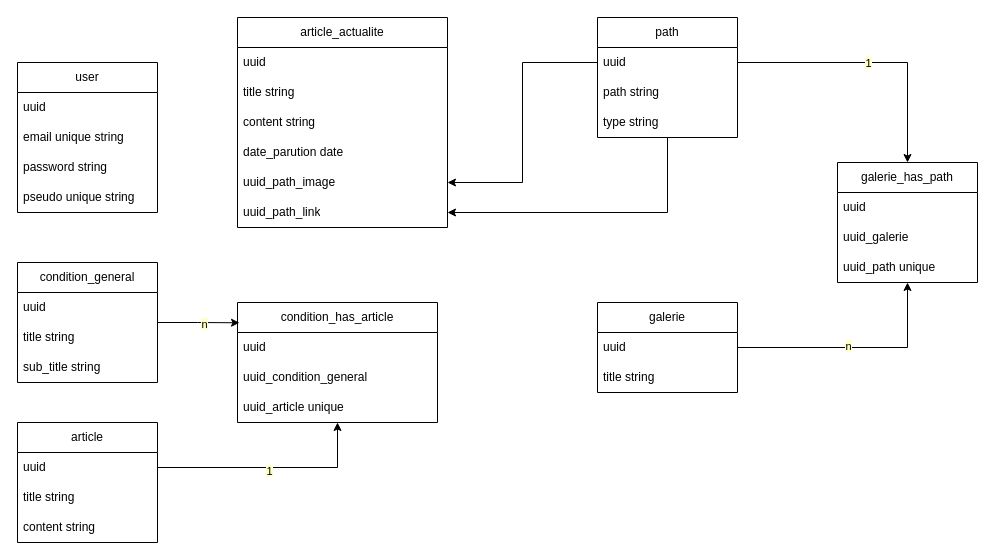
Above: docs/mcd-hestia.drawio in nsevendev/hestia (draw.io), before the change. Source tidied: cells renumbered, new cells numbered last; positions are measured from the earlier drawing's top-left corner, leaving out a move shared by most shapes. Both pictures are drawn from the tidied source at 100%, with x=0, y=0 at pixel (17, 17).
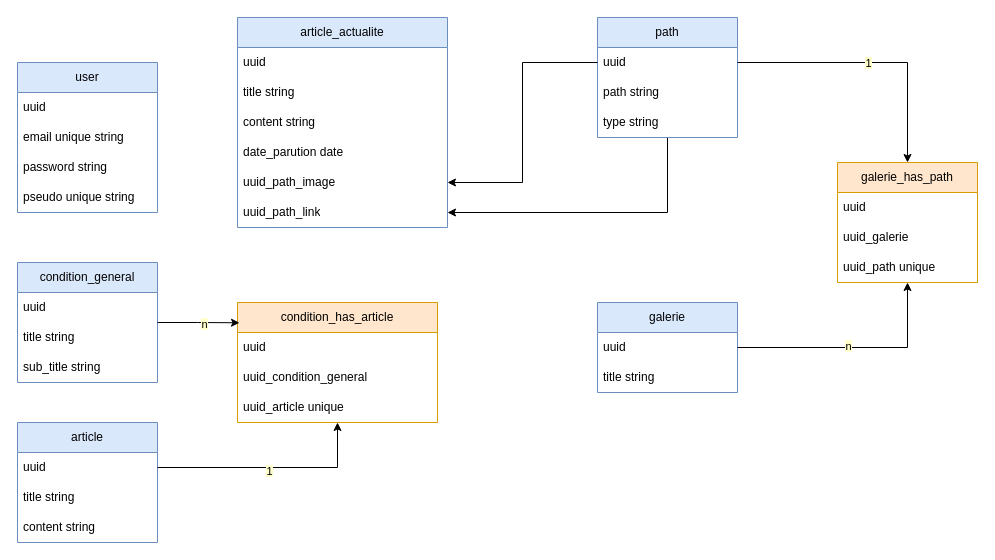
Above is the later version.

Diff of the diagram source:
```diff
@@
-    <mxCell id="2" value="user" style="swimlane;fontStyle=0;horizontal=1;startSize=30;whiteSpace=wrap;html=1;" parent="1" vertex="1">
+    <mxCell id="2" value="user" style="swimlane;fontStyle=0;horizontal=1;startSize=30;whiteSpace=wrap;html=1;fillColor=#dae8fc;strokeColor=#6c8ebf;" parent="1" vertex="1">
       <mxGeometry y="45" width="140" height="150" as="geometry" />
     </mxCell>
@@
-    <mxCell id="7" value="condition_general" style="swimlane;fontStyle=0;horizontal=1;startSize=30;whiteSpace=wrap;html=1;" parent="1" vertex="1">
+    <mxCell id="7" value="condition_general" style="swimlane;fontStyle=0;horizontal=1;startSize=30;whiteSpace=wrap;html=1;fillColor=#dae8fc;strokeColor=#6c8ebf;" parent="1" vertex="1">
       <mxGeometry y="245" width="140" height="120" as="geometry" />
     </mxCell>
@@
-    <mxCell id="12" value="path" style="swimlane;fontStyle=0;horizontal=1;startSize=30;whiteSpace=wrap;html=1;" parent="1" vertex="1">
+    <mxCell id="12" value="path" style="swimlane;fontStyle=0;horizontal=1;startSize=30;whiteSpace=wrap;html=1;fillColor=#dae8fc;strokeColor=#6c8ebf;" parent="1" vertex="1">
       <mxGeometry x="580" width="140" height="120" as="geometry" />
     </mxCell>
@@
-    <mxCell id="16" value="article_actualite" style="swimlane;fontStyle=0;horizontal=1;startSize=30;whiteSpace=wrap;html=1;" parent="1" vertex="1">
+    <mxCell id="16" value="article_actualite" style="swimlane;fontStyle=0;horizontal=1;startSize=30;whiteSpace=wrap;html=1;fillColor=#dae8fc;strokeColor=#6c8ebf;" parent="1" vertex="1">
       <mxGeometry x="220" width="210" height="210" as="geometry" />
     </mxCell>
@@
-    <mxCell id="23" value="article" style="swimlane;fontStyle=0;horizontal=1;startSize=30;whiteSpace=wrap;html=1;" parent="1" vertex="1">
+    <mxCell id="23" value="article" style="swimlane;fontStyle=0;horizontal=1;startSize=30;whiteSpace=wrap;html=1;fillColor=#dae8fc;strokeColor=#6c8ebf;" parent="1" vertex="1">
       <mxGeometry y="405" width="140" height="120" as="geometry" />
     </mxCell>
@@
-    <mxCell id="27" value="condition_has_article" style="swimlane;fontStyle=0;horizontal=1;startSize=30;whiteSpace=wrap;html=1;" parent="1" vertex="1">
+    <mxCell id="27" value="condition_has_article" style="swimlane;fontStyle=0;horizontal=1;startSize=30;whiteSpace=wrap;html=1;fillColor=#ffe6cc;strokeColor=#d79b00;" parent="1" vertex="1">
       <mxGeometry x="220" y="285" width="200" height="120" as="geometry" />
     </mxCell>
@@
-    <mxCell id="36" value="galerie" style="swimlane;fontStyle=0;horizontal=1;startSize=30;whiteSpace=wrap;html=1;" parent="1" vertex="1">
+    <mxCell id="36" value="galerie" style="swimlane;fontStyle=0;horizontal=1;startSize=30;whiteSpace=wrap;html=1;fillColor=#dae8fc;strokeColor=#6c8ebf;" parent="1" vertex="1">
       <mxGeometry x="580" y="285" width="140" height="90" as="geometry" />
     </mxCell>
@@
-    <mxCell id="39" value="galerie_has_path" style="swimlane;fontStyle=0;horizontal=1;startSize=30;whiteSpace=wrap;html=1;" parent="1" vertex="1">
+    <mxCell id="39" value="galerie_has_path" style="swimlane;fontStyle=0;horizontal=1;startSize=30;whiteSpace=wrap;html=1;fillColor=#ffe6cc;strokeColor=#d79b00;" parent="1" vertex="1">
       <mxGeometry x="820" y="145" width="140" height="120" as="geometry" />
     </mxCell>
```
